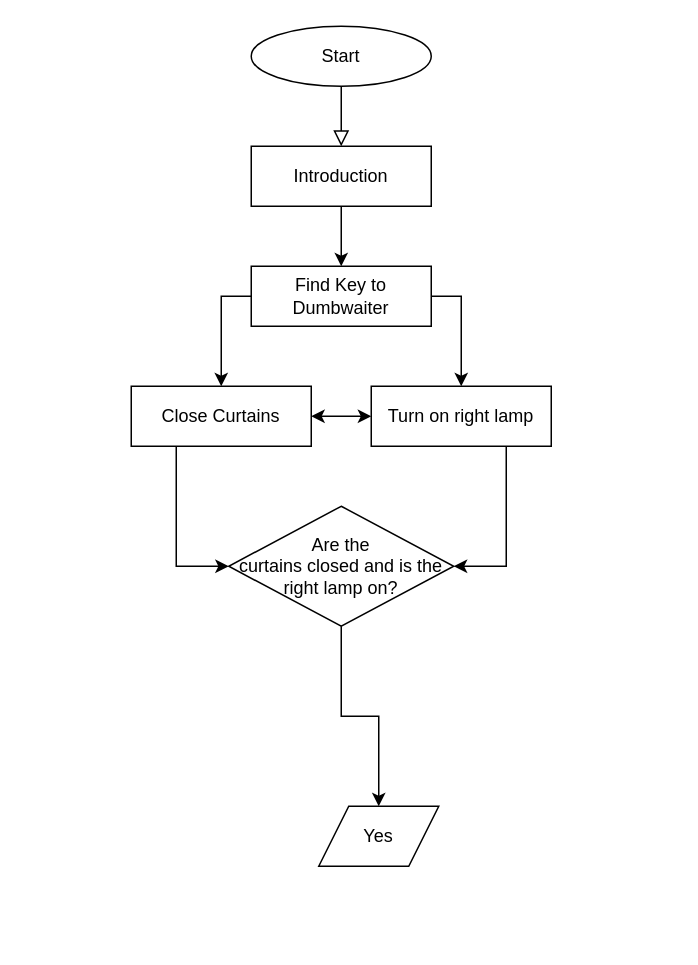
Earlier version of the draw.io diagram Untitled Diagram.drawio (cr3scents/cr3scents). Source tidied: cells renumbered, new cells numbered last; positions are measured from the earlier drawing's top-left corner, leaving out a move shared by most shapes. Both pictures are drawn from the tidied source at 150%, with x=0, y=0 at pixel (130, 26).
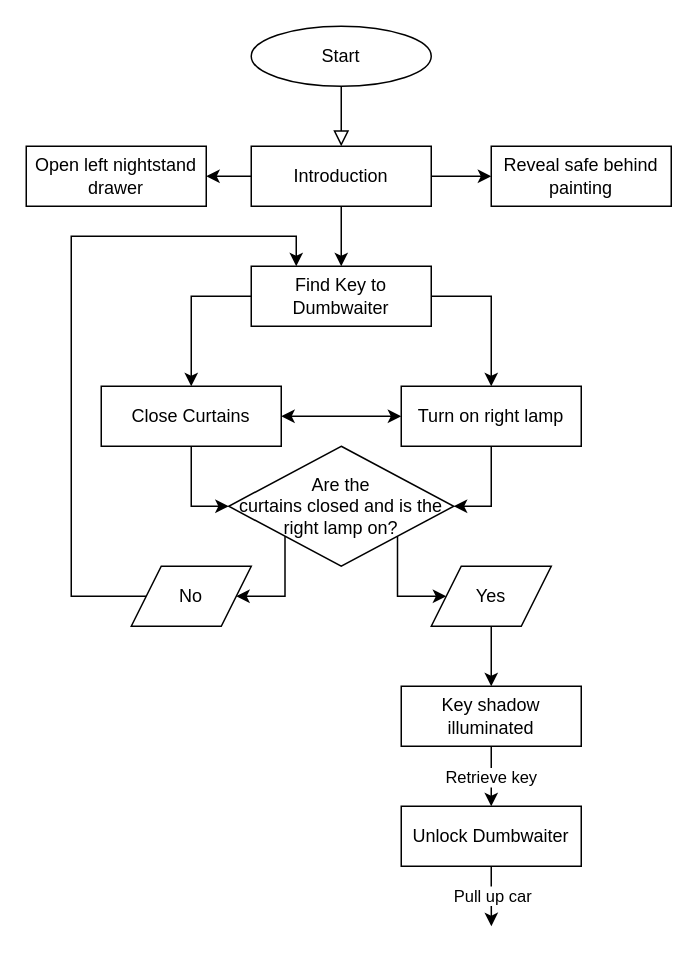
The same page after the edit.

The change refers to these unchanged cells:
```xml
<mxCell id="7" value="Introduction" style="rounded=0;whiteSpace=wrap;html=1;fontSize=12;glass=0;strokeWidth=1;shadow=0;" parent="1" vertex="1">
  <mxGeometry x="80" y="80" width="120" height="40" as="geometry" />
</mxCell>
<mxCell id="13" value="&lt;div&gt;Find Key to Dumbwaiter&lt;/div&gt;" style="rounded=0;whiteSpace=wrap;html=1;fontSize=12;glass=0;strokeWidth=1;shadow=0;" parent="1" vertex="1">
  <mxGeometry x="80" y="160" width="120" height="40" as="geometry" />
</mxCell>
```

What changed in the source:
```diff
@@
-    <mxCell id="4" style="edgeStyle=orthogonalEdgeStyle;rounded=0;jettySize=auto;html=1;exitX=0.25;exitY=1;exitDx=0;exitDy=0;entryX=0;entryY=0.5;entryDx=0;entryDy=0;" parent="1" edge="1" source="5" target="10">
+    <mxCell id="4" style="edgeStyle=orthogonalEdgeStyle;rounded=0;jettySize=auto;html=1;exitX=0.5;exitY=1;exitDx=0;exitDy=0;entryX=0;entryY=0.5;entryDx=0;entryDy=0;" parent="1" edge="1" source="5" target="10">
       <mxGeometry relative="1" as="geometry" />
     </mxCell>
     <mxCell id="5" value="Close Curtains" style="rounded=0;whiteSpace=wrap;html=1;fontSize=12;glass=0;strokeWidth=1;shadow=0;" parent="1" vertex="1">
-      <mxGeometry y="240" width="120" height="40" as="geometry" />
+      <mxGeometry x="-20" y="240" width="120" height="40" as="geometry" />
     </mxCell>
@@
+    <mxCell id="17" style="edgeStyle=orthogonalEdgeStyle;rounded=0;jettySize=auto;html=1;exitX=1;exitY=0.5;exitDx=0;exitDy=0;" parent="1" edge="1" source="7" target="29">
+      <mxGeometry relative="1" as="geometry" />
+    </mxCell>
+    <mxCell id="18" style="edgeStyle=orthogonalEdgeStyle;rounded=0;jettySize=auto;html=1;exitX=0;exitY=0.5;exitDx=0;exitDy=0;" parent="1" edge="1" source="7" target="30">
+      <mxGeometry relative="1" as="geometry" />
+    </mxCell>
@@
-    <mxCell id="8" style="edgeStyle=orthogonalEdgeStyle;rounded=0;jettySize=auto;html=1;exitX=0.75;exitY=1;exitDx=0;exitDy=0;entryX=1;entryY=0.5;entryDx=0;entryDy=0;" parent="1" edge="1" source="9" target="10">
+    <mxCell id="8" style="edgeStyle=orthogonalEdgeStyle;rounded=0;jettySize=auto;html=1;exitX=0.5;exitY=1;exitDx=0;exitDy=0;entryX=1;entryY=0.5;entryDx=0;entryDy=0;" parent="1" edge="1" source="9" target="10">
       <mxGeometry relative="1" as="geometry" />
     </mxCell>
     <mxCell id="9" value="&lt;div&gt;Turn on right lamp&lt;/div&gt;" style="rounded=0;whiteSpace=wrap;html=1;fontSize=12;glass=0;strokeWidth=1;shadow=0;" parent="1" vertex="1">
-      <mxGeometry x="160" y="240" width="120" height="40" as="geometry" />
+      <mxGeometry x="180" y="240" width="120" height="40" as="geometry" />
     </mxCell>
+    <mxCell id="19" style="edgeStyle=orthogonalEdgeStyle;rounded=0;jettySize=auto;html=1;exitX=1;exitY=1;exitDx=0;exitDy=0;entryX=0;entryY=0.5;entryDx=0;entryDy=0;" parent="1" edge="1" source="10" target="22">
+      <mxGeometry relative="1" as="geometry" />
+    </mxCell>
     <mxCell id="10" value="&lt;div&gt;Are the&lt;/div&gt;&lt;div&gt;curtains closed and is the right lamp on?&lt;/div&gt;" style="rhombus;whiteSpace=wrap;html=1;shadow=0;fontFamily=Helvetica;fontSize=12;align=center;strokeWidth=1;spacing=0;spacingTop=0;verticalAlign=middle;" parent="1" vertex="1">
-      <mxGeometry x="65" y="320" width="150" height="80" as="geometry" />
+      <mxGeometry x="65" y="280" width="150" height="80" as="geometry" />
     </mxCell>
@@
+    <mxCell id="20" style="edgeStyle=orthogonalEdgeStyle;rounded=0;jettySize=auto;html=1;exitX=0;exitY=0.5;exitDx=0;exitDy=0;entryX=0.25;entryY=0;entryDx=0;entryDy=0;" parent="1" edge="1" source="15" target="13">
+      <mxGeometry relative="1" as="geometry">
+        <Array as="points">
+          <mxPoint x="-40" y="380" />
+          <mxPoint x="-40" y="140" />
+          <mxPoint x="110" y="140" />
+        </Array>
+      </mxGeometry>
+    </mxCell>
-    <mxCell id="15" value="Yes" style="shape=parallelogram;perimeter=parallelogramPerimeter;whiteSpace=wrap;html=1;fixedSize=1;spacing=0;verticalAlign=middle;" parent="1" vertex="1">
-      <mxGeometry x="125" y="520" width="80" height="40" as="geometry" />
+    <mxCell id="15" value="&lt;div&gt;No&lt;/div&gt;" style="shape=parallelogram;perimeter=parallelogramPerimeter;whiteSpace=wrap;html=1;fixedSize=1;spacing=0;verticalAlign=middle;" parent="1" vertex="1">
+      <mxGeometry y="360" width="80" height="40" as="geometry" />
     </mxCell>
-    <mxCell id="16" style="edgeStyle=orthogonalEdgeStyle;rounded=0;jettySize=auto;html=1;exitX=0.5;exitY=1;exitDx=0;exitDy=0;entryX=0.5;entryY=0;entryDx=0;entryDy=0;" parent="1" edge="1" source="10" target="15">
+    <mxCell id="16" style="edgeStyle=orthogonalEdgeStyle;rounded=0;jettySize=auto;html=1;entryX=1;entryY=0.5;entryDx=0;entryDy=0;exitX=0;exitY=1;exitDx=0;exitDy=0;" parent="1" edge="1" source="10" target="15">
       <mxGeometry relative="1" as="geometry" />
     </mxCell>
+    <mxCell id="21" style="edgeStyle=orthogonalEdgeStyle;rounded=0;jettySize=auto;html=1;exitX=0.5;exitY=1;exitDx=0;exitDy=0;" parent="1" edge="1" source="22" target="25">
+      <mxGeometry relative="1" as="geometry" />
+    </mxCell>
+    <mxCell id="22" value="Yes" style="shape=parallelogram;perimeter=parallelogramPerimeter;whiteSpace=wrap;html=1;fixedSize=1;spacing=0;verticalAlign=middle;" parent="1" vertex="1">
+      <mxGeometry x="200" y="360" width="80" height="40" as="geometry" />
+    </mxCell>
+    <mxCell id="23" style="edgeStyle=orthogonalEdgeStyle;rounded=0;jettySize=auto;html=1;exitX=0.5;exitY=1;exitDx=0;exitDy=0;entryX=0.5;entryY=0;entryDx=0;entryDy=0;" parent="1" edge="1" source="25" target="28">
+      <mxGeometry relative="1" as="geometry" />
+    </mxCell>
+    <mxCell id="24" value="Retrieve key" style="edgeLabel;html=1;align=center;verticalAlign=middle;" parent="23" vertex="1">
+      <mxGeometry x="0.11" y="1" relative="1" as="geometry">
+        <mxPoint x="-2" y="-2" as="offset" />
+      </mxGeometry>
+    </mxCell>
+    <mxCell id="25" value="Key shadow illuminated" style="rounded=0;whiteSpace=wrap;html=1;" parent="1" vertex="1">
+      <mxGeometry x="180" y="440" width="120" height="40" as="geometry" />
+    </mxCell>
+    <mxCell id="26" style="edgeStyle=orthogonalEdgeStyle;rounded=0;jettySize=auto;html=1;exitX=0.5;exitY=1;exitDx=0;exitDy=0;" parent="1" edge="1" source="28">
+      <mxGeometry relative="1" as="geometry">
+        <mxPoint x="240.1" y="600" as="targetPoint" />
+      </mxGeometry>
+    </mxCell>
+    <mxCell id="27" value="&lt;div&gt;Pull up car&lt;/div&gt;" style="edgeLabel;html=1;align=center;verticalAlign=middle;" parent="26" vertex="1">
+      <mxGeometry x="-0.08" relative="1" as="geometry" />
+    </mxCell>
+    <mxCell id="28" value="&lt;div&gt;Unlock Dumbwaiter&lt;/div&gt;" style="rounded=0;whiteSpace=wrap;html=1;" parent="1" vertex="1">
+      <mxGeometry x="180" y="520" width="120" height="40" as="geometry" />
+    </mxCell>
+    <mxCell id="29" value="Reveal safe behind painting" style="rounded=0;whiteSpace=wrap;html=1;" parent="1" vertex="1">
+      <mxGeometry x="240" y="80" width="120" height="40" as="geometry" />
+    </mxCell>
+    <mxCell id="30" value="&lt;div&gt;Open left nightstand drawer&lt;/div&gt;" style="rounded=0;whiteSpace=wrap;html=1;" parent="1" vertex="1">
+      <mxGeometry x="-70" y="80" width="120" height="40" as="geometry" />
+    </mxCell>
```
